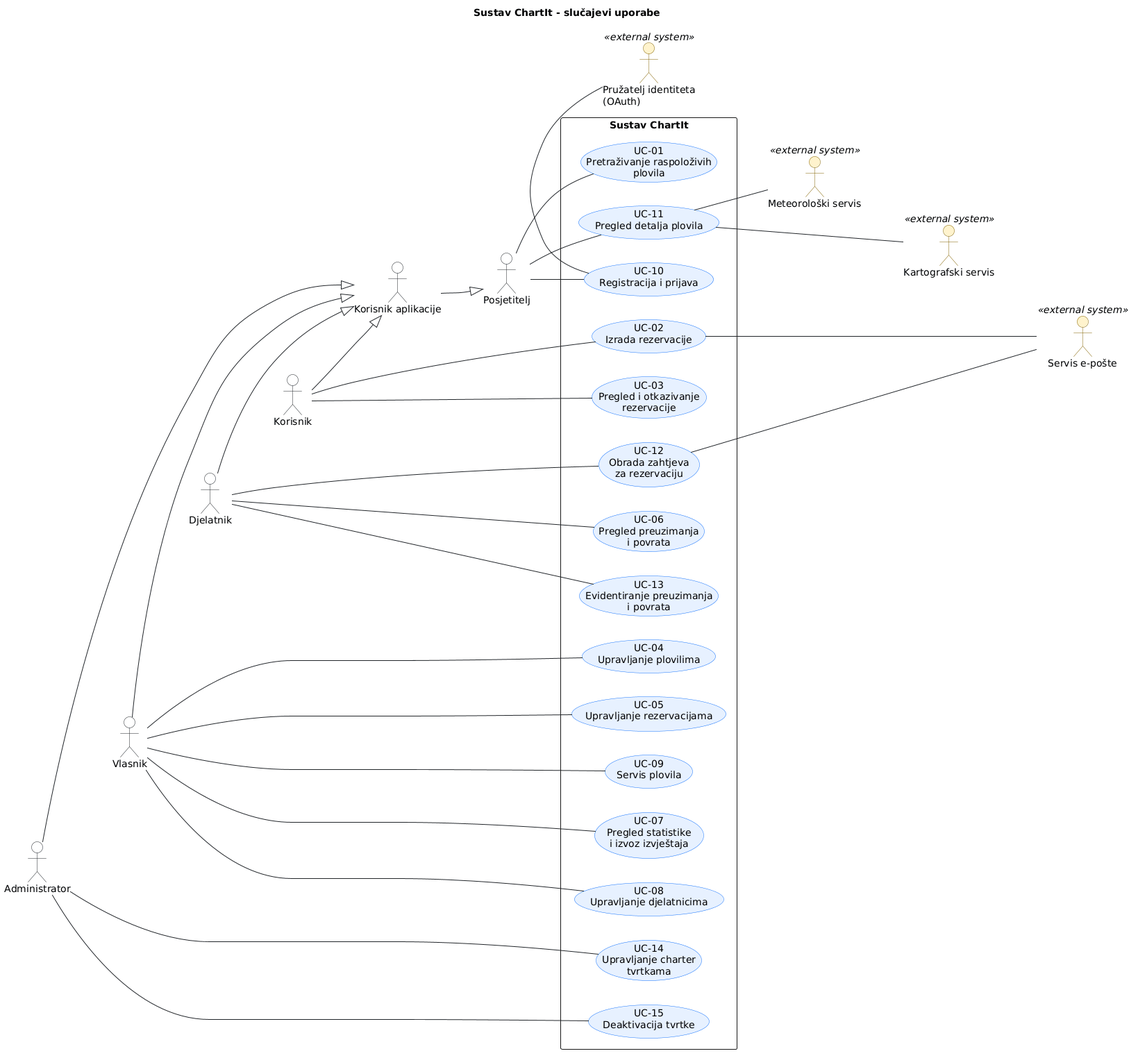
Before: docs/slike/dijagram-obrazaca-uporabe.png, a diagram exported from PlantUML (tmpteamname1/ChartIt).
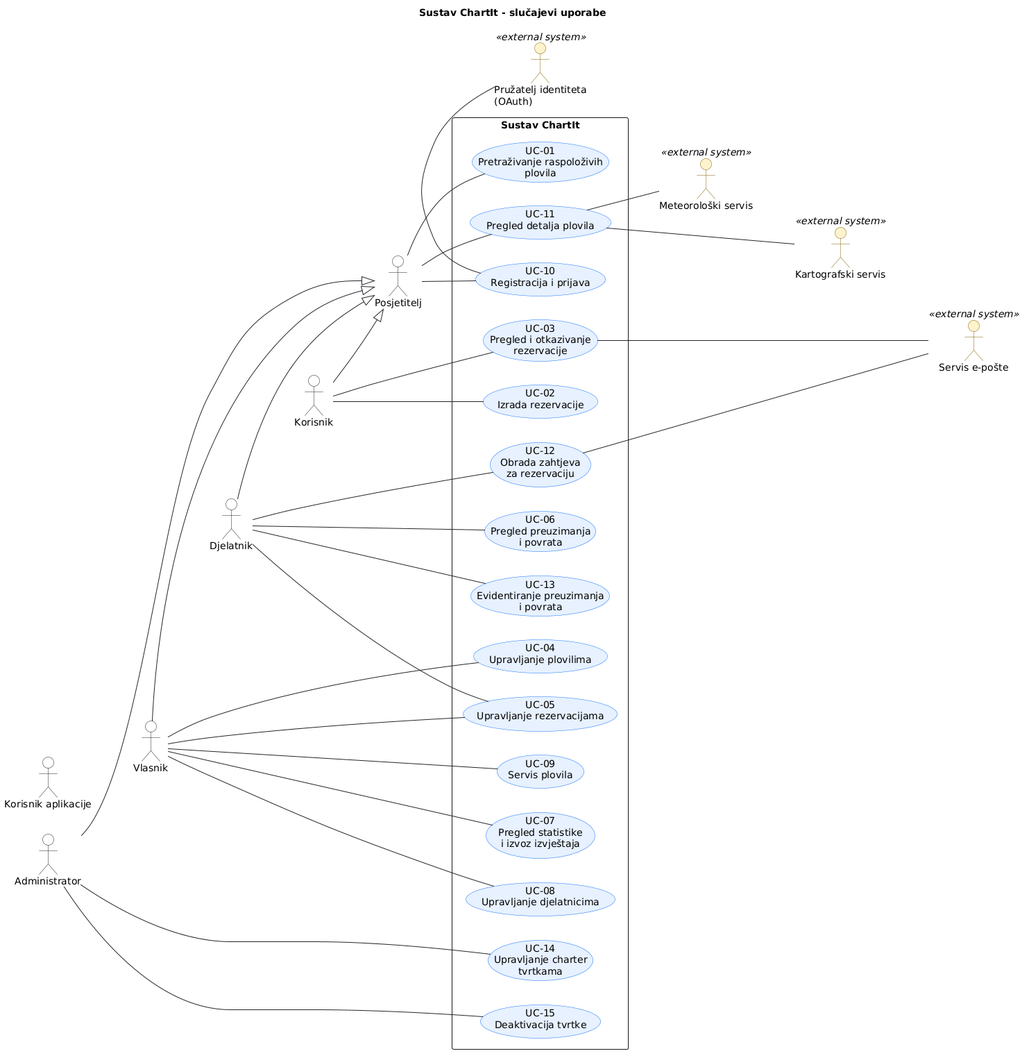
Later version of the same file.

Diff of the diagram source:
```diff
@@ -27,17 +27,15 @@
 actor Owner as "Vlasnik"
 actor Admin as "Administrator"
 
-User -|> Visitor
-Customer -|> User
-Staff -|> User
-Owner -|> User
-Admin -|> User
+Customer -|> Visitor
+Staff -|> Visitor
+Owner -|> Visitor
+Admin -|> Visitor
 
 Admin -[hidden]down-> Owner
 Owner -[hidden]down-> Staff
 Staff -[hidden]down-> Customer
-Customer -[hidden]down-> User
-User -[hidden]down-> Visitor
+Customer -[hidden]down-> Visitor
 
 actor "Pružatelj identiteta\n(OAuth)" as IdP <<external system>>
 actor "Meteorološki servis" as Weather <<external system>>
@@ -77,6 +75,7 @@
 Staff -- UC12
 Staff -- UC06
 Staff -- UC13
+Staff -- UC05
 
 Owner -- UC04
 Owner -- UC05
@@ -90,7 +89,7 @@
 UC10 -right- IdP
 UC11 -right- Weather
 UC11 -right- Maps
-UC02 -right- Mail
+UC03 -right- Mail
 UC12 -right- Mail
 
 IdP -[hidden]down-> Weather
```
